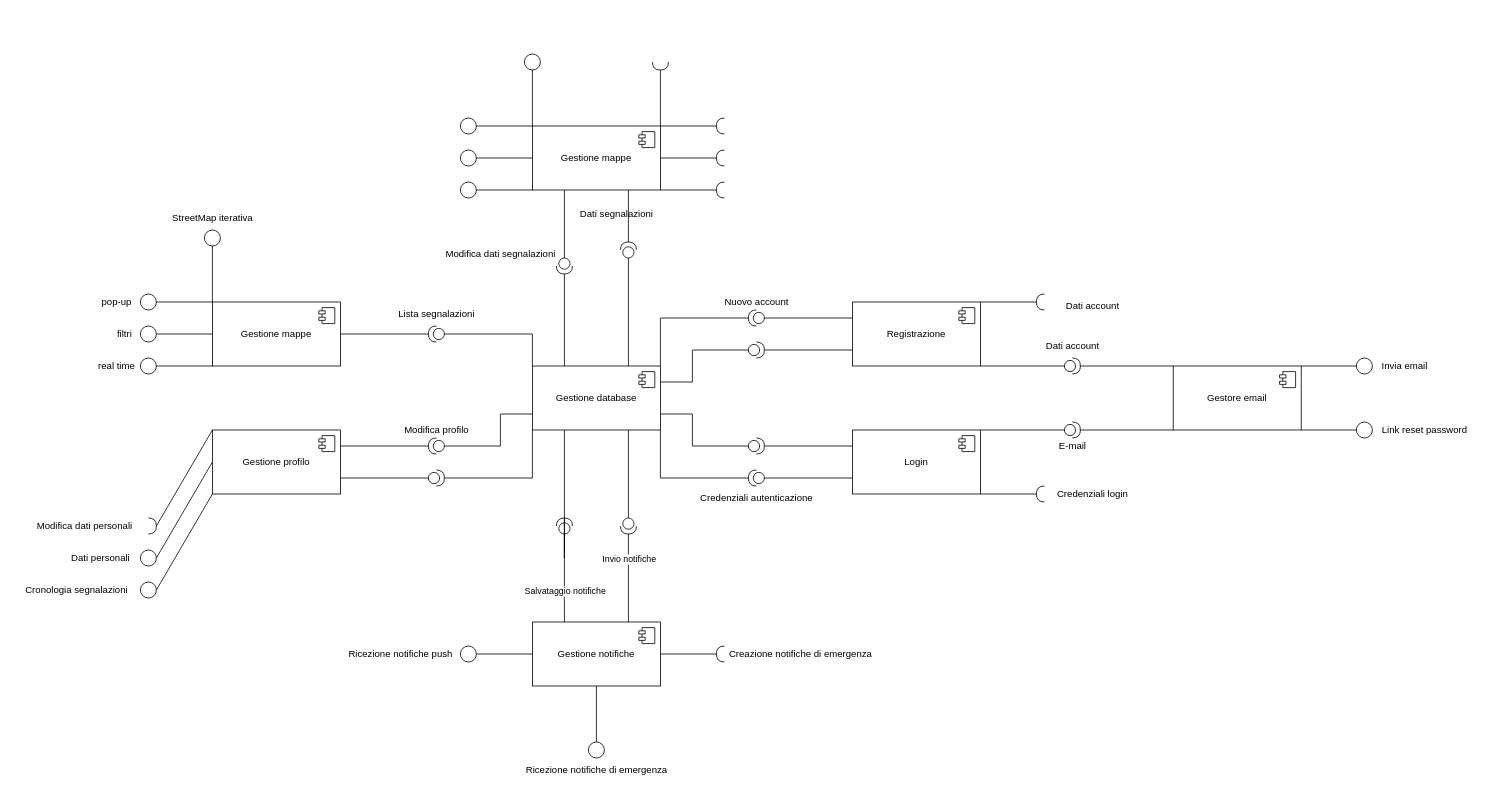
The draw.io diagram page "NuovoComponentDiagram" (1 of 2) of ComponentDiagram.drawio in LucaBarbolini/Prova1, before the edit. Source tidied: cells renumbered, new cells numbered last; positions are measured from the earlier drawing's top-left corner, leaving out a move shared by most shapes. Both pictures are drawn from the tidied source at 80%, with x=0, y=0 at pixel (16, 54).
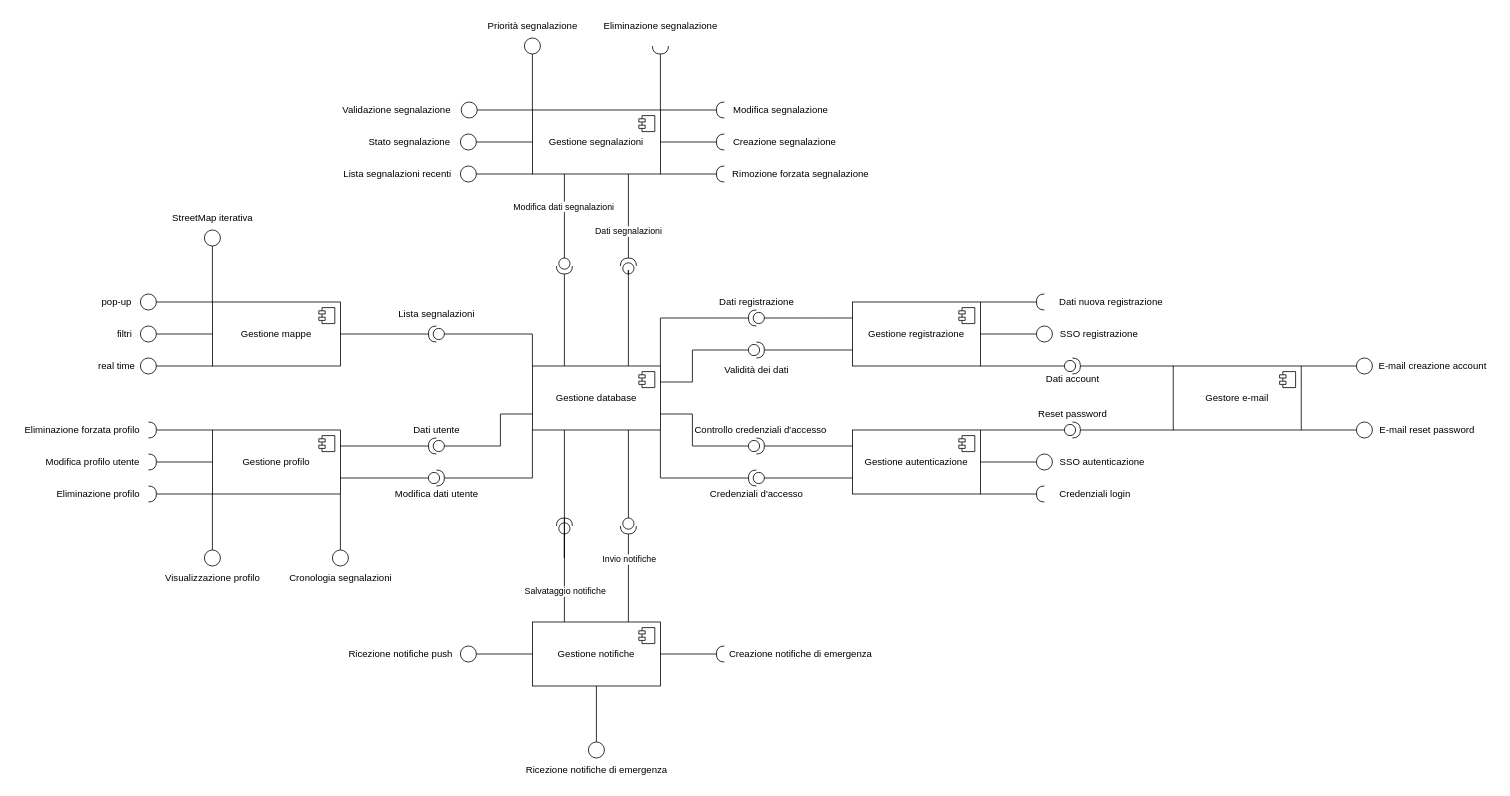
The same page after the edit.

Unchanged cells that the change refers to:
```xml
<mxCell id="10" value="Gestione profilo" style="html=1;whiteSpace=wrap;" parent="1" vertex="1">
  <mxGeometry x="245" y="470" width="160" height="80" as="geometry" />
</mxCell>
<mxCell id="57" style="endArrow=none;html=1;rounded=0;exitX=0.25;exitY=1;exitDx=0;exitDy=0;entryX=0;entryY=0.5;entryDx=0;entryDy=0;entryPerimeter=0;" parent="1" edge="1" source="14" target="59">
  <mxGeometry relative="1" as="geometry" />
</mxCell>
<mxCell id="92" style="endArrow=none;html=1;rounded=0;entryX=0.75;entryY=1;entryDx=0;entryDy=0;exitX=1;exitY=0.5;exitDx=0;exitDy=0;exitPerimeter=0;" parent="1" edge="1" source="91" target="14">
  <mxGeometry relative="1" as="geometry" />
</mxCell>
```

Change to the diagram source:
```diff
@@
-    <mxCell id="4" value="Gestore email" style="html=1;whiteSpace=wrap;" parent="1" vertex="1">
+    <mxCell id="4" value="Gestore e-mail" style="html=1;whiteSpace=wrap;" parent="1" vertex="1">
       <mxGeometry x="1446" y="390" width="160" height="80" as="geometry" />
     </mxCell>
@@
-    <mxCell id="6" value="Registrazione" style="html=1;whiteSpace=wrap;fontFamily=Helvetica;" parent="1" vertex="1">
+    <mxCell id="6" value="Gestione registrazione" style="html=1;whiteSpace=wrap;fontFamily=Helvetica;" parent="1" vertex="1">
       <mxGeometry x="1045" y="310" width="160" height="80" as="geometry" />
     </mxCell>
@@
-    <mxCell id="8" value="Login" style="html=1;whiteSpace=wrap;" parent="1" vertex="1">
+    <mxCell id="8" value="Gestione autenticazione" style="html=1;whiteSpace=wrap;" parent="1" vertex="1">
       <mxGeometry x="1045" y="470" width="160" height="80" as="geometry" />
     </mxCell>
@@
-    <mxCell id="14" value="Gestione mappe" style="html=1;whiteSpace=wrap;" parent="1" vertex="1">
-      <mxGeometry x="645" y="90" width="160" height="80" as="geometry" />
+    <mxCell id="14" value="Gestione segnalazioni" style="html=1;whiteSpace=wrap;" parent="1" vertex="1">
+      <mxGeometry x="645" y="70" width="160" height="80" as="geometry" />
     </mxCell>
@@
     <mxCell id="21" value="Credenziali login" style="text;html=1;align=center;verticalAlign=middle;strokeColor=none;fillColor=none;" parent="1" vertex="1">
-      <mxGeometry x="1290" y="535" width="110" height="30" as="geometry" />
+      <mxGeometry x="1293" y="535" width="110" height="30" as="geometry" />
     </mxCell>
-    <mxCell id="22" style="endArrow=none;html=1;rounded=0;entryX=0;entryY=0.5;entryDx=0;entryDy=0;exitX=1;exitY=0.5;exitDx=0;exitDy=0;" parent="1" edge="1" source="23" target="10">
+    <mxCell id="22" style="endArrow=none;html=1;rounded=0;entryX=0;entryY=0.5;entryDx=0;entryDy=0;exitX=1;exitY=0.5;exitDx=0;exitDy=0;exitPerimeter=0;" parent="1" edge="1" source="134" target="10">
       <mxGeometry relative="1" as="geometry" />
     </mxCell>
-    <mxCell id="23" style="ellipse;whiteSpace=wrap;html=1;" parent="1" vertex="1">
-      <mxGeometry x="155" y="620" width="20" height="20" as="geometry" />
-    </mxCell>
-    <mxCell id="24" value="Modifica dati personali" style="text;html=1;align=center;verticalAlign=middle;strokeColor=none;fillColor=none;" parent="1" vertex="1">
-      <mxGeometry x="15" y="575" width="140" height="30" as="geometry" />
+    <mxCell id="24" value="Modifica profilo utente" style="text;html=1;align=center;verticalAlign=middle;strokeColor=none;fillColor=none;" parent="1" vertex="1">
+      <mxGeometry x="25" y="495" width="140" height="30" as="geometry" />
     </mxCell>
@@
-    <mxCell id="29" style="endArrow=none;html=1;rounded=0;entryX=0;entryY=1;entryDx=0;entryDy=0;exitX=1;exitY=0.5;exitDx=0;exitDy=0;" parent="1" edge="1" source="30" target="10">
+    <mxCell id="29" style="endArrow=none;html=1;rounded=0;entryX=0;entryY=1;entryDx=0;entryDy=0;exitX=1;exitY=0.5;exitDx=0;exitDy=0;exitPerimeter=0;" parent="1" edge="1" source="135" target="10">
       <mxGeometry relative="1" as="geometry" />
     </mxCell>
-    <mxCell id="30" style="ellipse;whiteSpace=wrap;html=1;" parent="1" vertex="1">
-      <mxGeometry x="155" y="660" width="20" height="20" as="geometry" />
-    </mxCell>
-    <mxCell id="31" value="Cronologia segnalazioni" style="text;html=1;align=center;verticalAlign=middle;strokeColor=none;fillColor=none;" parent="1" vertex="1">
-      <mxGeometry y="655" width="150" height="30" as="geometry" />
+    <mxCell id="31" value="Eliminazione forzata profilo" style="text;html=1;align=center;verticalAlign=middle;strokeColor=none;fillColor=none;" parent="1" vertex="1">
+      <mxGeometry x="-3" y="455" width="170" height="30" as="geometry" />
     </mxCell>
@@
-    <mxCell id="34" value="Invia email" style="text;html=1;align=center;verticalAlign=middle;strokeColor=none;fillColor=none;" parent="1" vertex="1">
-      <mxGeometry x="1695" y="375" width="80" height="30" as="geometry" />
+    <mxCell id="34" value="E-mail creazione account" style="text;html=1;align=center;verticalAlign=middle;strokeColor=none;fillColor=none;" parent="1" vertex="1">
+      <mxGeometry x="1690" y="375" width="160" height="30" as="geometry" />
     </mxCell>
@@
     <mxCell id="38" value="Dati account" style="text;html=1;align=center;verticalAlign=middle;strokeColor=none;fillColor=none;" parent="1" vertex="1">
-      <mxGeometry x="1275" y="350" width="90" height="30" as="geometry" />
+      <mxGeometry x="1275" y="391" width="90" height="30" as="geometry" />
     </mxCell>
@@
-    <mxCell id="42" value="Nuovo account" style="text;html=1;align=center;verticalAlign=middle;strokeColor=none;fillColor=none;" parent="1" vertex="1">
-      <mxGeometry x="875" y="295" width="100" height="30" as="geometry" />
+    <mxCell id="42" value="Validità dei dati" style="text;html=1;align=center;verticalAlign=middle;strokeColor=none;fillColor=none;" parent="1" vertex="1">
+      <mxGeometry x="875" y="380" width="100" height="30" as="geometry" />
     </mxCell>
-    <mxCell id="43" value="Dati account" style="text;html=1;align=center;verticalAlign=middle;strokeColor=none;fillColor=none;" parent="1" vertex="1">
-      <mxGeometry x="1300" y="300" width="90" height="30" as="geometry" />
+    <mxCell id="43" value="Dati nuova registrazione" style="text;html=1;align=center;verticalAlign=middle;strokeColor=none;fillColor=none;" parent="1" vertex="1">
+      <mxGeometry x="1293" y="295" width="150" height="30" as="geometry" />
     </mxCell>
@@
-    <mxCell id="47" value="Credenziali autenticazione" style="text;html=1;align=center;verticalAlign=middle;strokeColor=none;fillColor=none;" parent="1" vertex="1">
-      <mxGeometry x="845" y="540" width="160" height="30" as="geometry" />
+    <mxCell id="47" value="Credenziali d'accesso" style="text;html=1;align=center;verticalAlign=middle;strokeColor=none;fillColor=none;" parent="1" vertex="1">
+      <mxGeometry x="855" y="535" width="140" height="30" as="geometry" />
     </mxCell>
-    <mxCell id="48" value="Dati personali" style="text;html=1;align=center;verticalAlign=middle;strokeColor=none;fillColor=none;" parent="1" vertex="1">
-      <mxGeometry x="55" y="615" width="100" height="30" as="geometry" />
+    <mxCell id="48" value="Eliminazione profilo" style="text;html=1;align=center;verticalAlign=middle;strokeColor=none;fillColor=none;" parent="1" vertex="1">
+      <mxGeometry x="37" y="535" width="130" height="30" as="geometry" />
     </mxCell>
@@
     <mxCell id="50" style="shape=requiredInterface;html=1;verticalLabelPosition=bottom;sketch=0;" parent="1" vertex="1">
-      <mxGeometry x="165" y="580" width="10" height="20" as="geometry" />
+      <mxGeometry x="165" y="460" width="10" height="20" as="geometry" />
     </mxCell>
@@
-    <mxCell id="54" value="Modifica profilo" style="text;html=1;align=center;verticalAlign=middle;strokeColor=none;fillColor=none;" parent="1" vertex="1">
-      <mxGeometry x="475" y="455" width="100" height="30" as="geometry" />
+    <mxCell id="54" value="Dati utente" style="text;html=1;align=center;verticalAlign=middle;strokeColor=none;fillColor=none;" parent="1" vertex="1">
+      <mxGeometry x="485" y="455" width="80" height="30" as="geometry" />
     </mxCell>
@@
+    <mxCell id="61" value="Modifica dati segnalazioni" style="edgeLabel;html=1;align=center;verticalAlign=middle;" parent="57" vertex="1">
+      <mxGeometry x="-0.24" y="-2" relative="1" as="geometry" />
+    </mxCell>
@@
-    <mxCell id="61" value="Modifica dati segnalazioni" style="text;html=1;align=center;verticalAlign=middle;strokeColor=none;fillColor=none;" parent="1" vertex="1">
-      <mxGeometry x="525" y="235" width="160" height="30" as="geometry" />
-    </mxCell>
@@
-    <mxCell id="84" value="E-mail" style="text;html=1;align=center;verticalAlign=middle;strokeColor=none;fillColor=none;" parent="1" vertex="1">
-      <mxGeometry x="1290" y="475" width="60" height="30" as="geometry" />
+    <mxCell id="84" value="Reset password" style="text;html=1;align=center;verticalAlign=middle;strokeColor=none;fillColor=none;" parent="1" vertex="1">
+      <mxGeometry x="1265" y="435" width="110" height="30" as="geometry" />
     </mxCell>
@@
-    <mxCell id="87" value="Link reset password" style="text;html=1;align=center;verticalAlign=middle;strokeColor=none;fillColor=none;" parent="1" vertex="1">
-      <mxGeometry x="1695" y="455" width="130" height="30" as="geometry" />
+    <mxCell id="87" value="E-mail reset password" style="text;html=1;align=center;verticalAlign=middle;strokeColor=none;fillColor=none;" parent="1" vertex="1">
+      <mxGeometry x="1693" y="455" width="140" height="30" as="geometry" />
     </mxCell>
@@
     <mxCell id="91" style="shape=providedRequiredInterface;html=1;verticalLabelPosition=bottom;sketch=0;direction=north;" parent="1" vertex="1">
-      <mxGeometry x="755" y="235" width="20" height="20" as="geometry" />
+      <mxGeometry x="755" y="255" width="20" height="20" as="geometry" />
     </mxCell>
@@
+    <mxCell id="104" value="Dati segnalazioni" style="edgeLabel;html=1;align=center;verticalAlign=middle;" parent="92" vertex="1">
+      <mxGeometry x="-0.36" y="1" relative="1" as="geometry" />
+    </mxCell>
@@
-    <mxCell id="104" value="Dati segnalazioni" style="text;html=1;align=center;verticalAlign=middle;strokeColor=none;fillColor=none;" parent="1" vertex="1">
-      <mxGeometry x="695" y="185" width="110" height="30" as="geometry" />
-    </mxCell>
@@
     <mxCell id="110" style="ellipse;whiteSpace=wrap;html=1;" parent="1" vertex="1">
-      <mxGeometry x="555" y="160" width="20" height="20" as="geometry" />
+      <mxGeometry x="555" y="140" width="20" height="20" as="geometry" />
     </mxCell>
     <mxCell id="111" style="ellipse;whiteSpace=wrap;html=1;" parent="1" vertex="1">
-      <mxGeometry x="555" y="120" width="20" height="20" as="geometry" />
+      <mxGeometry x="555" y="100" width="20" height="20" as="geometry" />
     </mxCell>
     <mxCell id="112" style="ellipse;whiteSpace=wrap;html=1;" parent="1" vertex="1">
-      <mxGeometry x="555" y="80" width="20" height="20" as="geometry" />
+      <mxGeometry x="556" y="60" width="20" height="20" as="geometry" />
     </mxCell>
     <mxCell id="113" style="ellipse;whiteSpace=wrap;html=1;" parent="1" vertex="1">
-      <mxGeometry x="635" width="20" height="20" as="geometry" />
+      <mxGeometry x="635" y="-20" width="20" height="20" as="geometry" />
     </mxCell>
     <mxCell id="114" style="shape=requiredInterface;html=1;verticalLabelPosition=bottom;sketch=0;direction=west;" parent="1" vertex="1">
-      <mxGeometry x="875" y="160" width="10" height="20" as="geometry" />
+      <mxGeometry x="875" y="140" width="10" height="20" as="geometry" />
     </mxCell>
     <mxCell id="115" style="shape=requiredInterface;html=1;verticalLabelPosition=bottom;sketch=0;direction=west;" parent="1" vertex="1">
-      <mxGeometry x="875" y="120" width="10" height="20" as="geometry" />
+      <mxGeometry x="875" y="100" width="10" height="20" as="geometry" />
     </mxCell>
     <mxCell id="116" style="shape=requiredInterface;html=1;verticalLabelPosition=bottom;sketch=0;direction=west;" parent="1" vertex="1">
-      <mxGeometry x="875" y="80" width="10" height="20" as="geometry" />
+      <mxGeometry x="875" y="60" width="10" height="20" as="geometry" />
     </mxCell>
     <mxCell id="117" style="shape=requiredInterface;html=1;verticalLabelPosition=bottom;sketch=0;direction=south;" parent="1" vertex="1">
-      <mxGeometry x="795" y="10" width="20" height="10" as="geometry" />
+      <mxGeometry x="795" y="-10" width="20" height="10" as="geometry" />
     </mxCell>
@@
+    <mxCell id="126" value="Rimozione forzata segnalazione" style="text;html=1;align=center;verticalAlign=middle;strokeColor=none;fillColor=none;" parent="1" vertex="1">
+      <mxGeometry x="885" y="135" width="190" height="30" as="geometry" />
+    </mxCell>
+    <mxCell id="127" value="Creazione segnalazione" style="text;html=1;align=center;verticalAlign=middle;strokeColor=none;fillColor=none;" parent="1" vertex="1">
+      <mxGeometry x="885" y="95" width="150" height="30" as="geometry" />
+    </mxCell>
+    <mxCell id="128" value="Modifica segnalazione" style="text;html=1;align=center;verticalAlign=middle;strokeColor=none;fillColor=none;" parent="1" vertex="1">
+      <mxGeometry x="885" y="55" width="140" height="30" as="geometry" />
+    </mxCell>
+    <mxCell id="129" value="Eliminazione segnalazione" style="text;html=1;align=center;verticalAlign=middle;strokeColor=none;fillColor=none;" parent="1" vertex="1">
+      <mxGeometry x="720" y="-50" width="170" height="30" as="geometry" />
+    </mxCell>
+    <mxCell id="130" value="Priorità segnalazione" style="text;html=1;align=center;verticalAlign=middle;strokeColor=none;fillColor=none;" parent="1" vertex="1">
+      <mxGeometry x="575" y="-50" width="140" height="30" as="geometry" />
+    </mxCell>
+    <mxCell id="131" value="Validazione segnalazione" style="text;html=1;align=center;verticalAlign=middle;strokeColor=none;fillColor=none;" parent="1" vertex="1">
+      <mxGeometry x="395" y="55" width="160" height="30" as="geometry" />
+    </mxCell>
+    <mxCell id="132" value="Stato segnalazione" style="text;html=1;align=center;verticalAlign=middle;strokeColor=none;fillColor=none;" parent="1" vertex="1">
+      <mxGeometry x="426" y="95" width="130" height="30" as="geometry" />
+    </mxCell>
+    <mxCell id="133" value="Lista segnalazioni recenti" style="text;html=1;align=center;verticalAlign=middle;strokeColor=none;fillColor=none;" parent="1" vertex="1">
+      <mxGeometry x="396" y="135" width="160" height="30" as="geometry" />
+    </mxCell>
+    <mxCell id="134" style="shape=requiredInterface;html=1;verticalLabelPosition=bottom;sketch=0;" parent="1" vertex="1">
+      <mxGeometry x="165" y="500" width="10" height="20" as="geometry" />
+    </mxCell>
+    <mxCell id="135" style="shape=requiredInterface;html=1;verticalLabelPosition=bottom;sketch=0;" parent="1" vertex="1">
+      <mxGeometry x="165" y="540" width="10" height="20" as="geometry" />
+    </mxCell>
+    <mxCell id="136" style="ellipse;whiteSpace=wrap;html=1;" parent="1" vertex="1">
+      <mxGeometry x="235" y="620" width="20" height="20" as="geometry" />
+    </mxCell>
+    <mxCell id="137" style="ellipse;whiteSpace=wrap;html=1;" parent="1" vertex="1">
+      <mxGeometry x="395" y="620" width="20" height="20" as="geometry" />
+    </mxCell>
+    <mxCell id="138" style="endArrow=none;html=1;rounded=0;entryX=0.5;entryY=0;entryDx=0;entryDy=0;exitX=0;exitY=1;exitDx=0;exitDy=0;" parent="1" edge="1" source="10" target="136">
+      <mxGeometry relative="1" as="geometry" />
+    </mxCell>
+    <mxCell id="139" style="endArrow=none;html=1;rounded=0;entryX=0.5;entryY=0;entryDx=0;entryDy=0;exitX=1;exitY=1;exitDx=0;exitDy=0;" parent="1" edge="1" source="10" target="137">
+      <mxGeometry relative="1" as="geometry" />
+    </mxCell>
+    <mxCell id="140" value="Visualizzazione profilo" style="text;html=1;align=center;verticalAlign=middle;strokeColor=none;fillColor=none;" parent="1" vertex="1">
+      <mxGeometry x="175" y="640" width="140" height="30" as="geometry" />
+    </mxCell>
+    <mxCell id="141" value="Cronologia segnalazioni" style="text;html=1;align=center;verticalAlign=middle;strokeColor=none;fillColor=none;" parent="1" vertex="1">
+      <mxGeometry x="330" y="640" width="150" height="30" as="geometry" />
+    </mxCell>
+    <mxCell id="142" style="ellipse;whiteSpace=wrap;html=1;" parent="1" vertex="1">
+      <mxGeometry x="1275" y="340" width="20" height="20" as="geometry" />
+    </mxCell>
+    <mxCell id="143" style="endArrow=none;html=1;rounded=0;exitX=1;exitY=0.5;exitDx=0;exitDy=0;entryX=0;entryY=0.5;entryDx=0;entryDy=0;" parent="1" edge="1" source="6" target="142">
+      <mxGeometry relative="1" as="geometry" />
+    </mxCell>
+    <mxCell id="144" value="SSO registrazione" style="text;html=1;align=center;verticalAlign=middle;strokeColor=none;fillColor=none;" parent="1" vertex="1">
+      <mxGeometry x="1293" y="335" width="120" height="30" as="geometry" />
+    </mxCell>
+    <mxCell id="145" style="ellipse;whiteSpace=wrap;html=1;" parent="1" vertex="1">
+      <mxGeometry x="1275" y="500" width="20" height="20" as="geometry" />
+    </mxCell>
+    <mxCell id="146" style="endArrow=none;html=1;rounded=0;exitX=1;exitY=0.5;exitDx=0;exitDy=0;entryX=0;entryY=0.5;entryDx=0;entryDy=0;" parent="1" edge="1" source="8" target="145">
+      <mxGeometry relative="1" as="geometry" />
+    </mxCell>
+    <mxCell id="147" value="SSO autenticazione" style="text;html=1;align=center;verticalAlign=middle;strokeColor=none;fillColor=none;" parent="1" vertex="1">
+      <mxGeometry x="1292" y="495" width="130" height="30" as="geometry" />
+    </mxCell>
+    <mxCell id="148" value="Dati registrazione" style="text;html=1;align=center;verticalAlign=middle;strokeColor=none;fillColor=none;" parent="1" vertex="1">
+      <mxGeometry x="865" y="295" width="120" height="30" as="geometry" />
+    </mxCell>
+    <mxCell id="149" value="Controllo credenziali d'accesso" style="text;html=1;align=center;verticalAlign=middle;strokeColor=none;fillColor=none;" parent="1" vertex="1">
+      <mxGeometry x="835" y="455" width="190" height="30" as="geometry" />
+    </mxCell>
+    <mxCell id="150" value="Modifica dati utente" style="text;html=1;align=center;verticalAlign=middle;strokeColor=none;fillColor=none;" parent="1" vertex="1">
+      <mxGeometry x="460" y="535" width="130" height="30" as="geometry" />
+    </mxCell>
```
